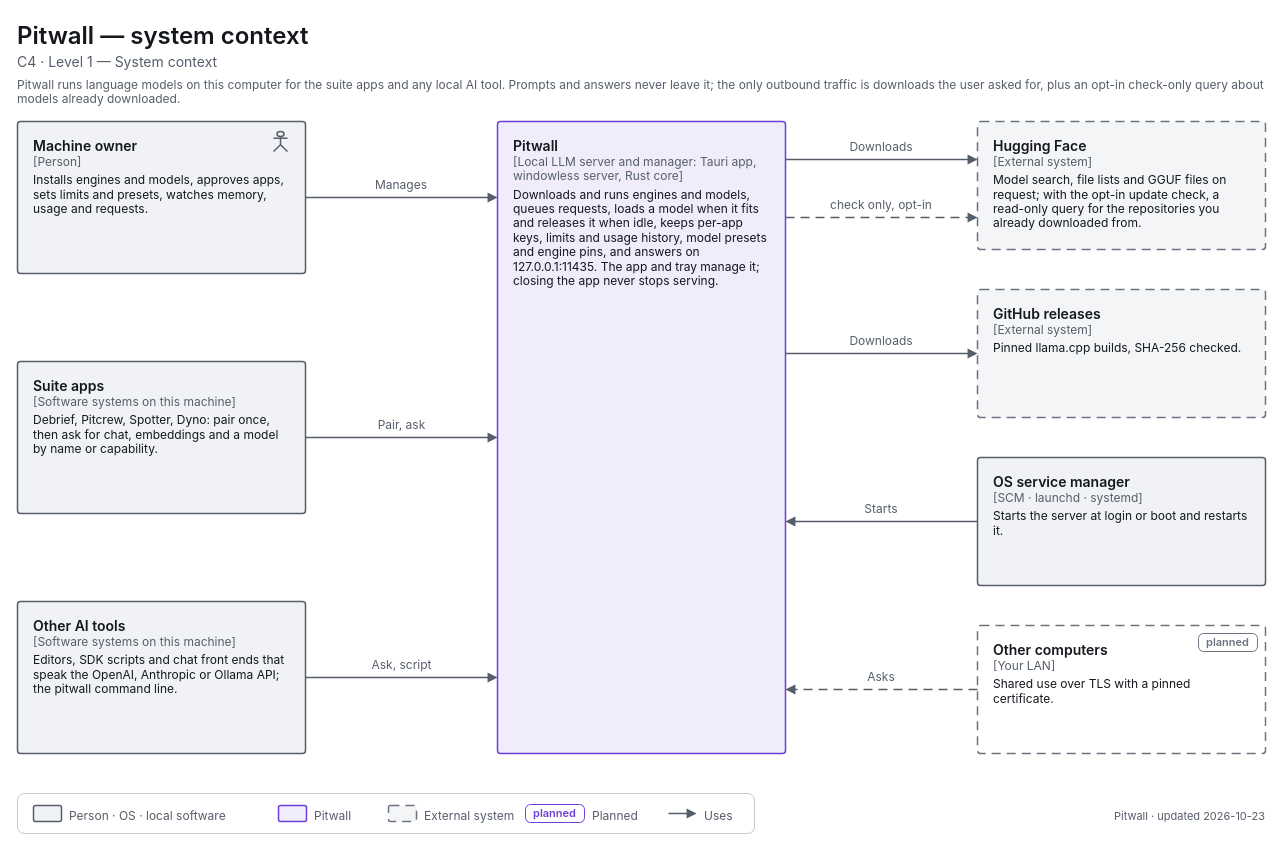
Before: apps/pitwall/docs/diagrams/c4-1-context.drawio in decryp7/paddock, a draw.io diagram. Source tidied: cells renumbered, new cells numbered last; positions are measured from the earlier drawing's top-left corner, leaving out a move shared by most shapes. Both pictures are drawn from the tidied source at 100%, with x=0, y=0 at pixel (17, 17).
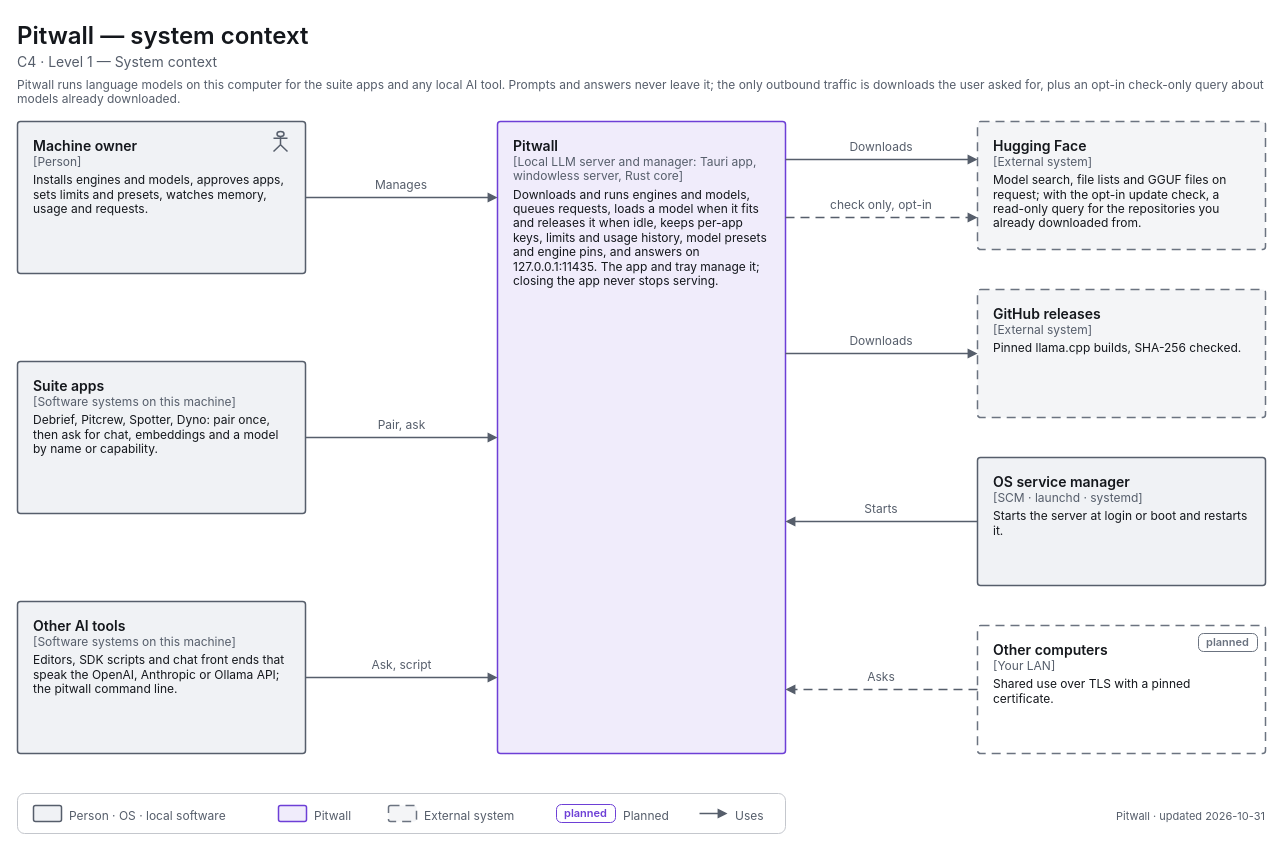
Above is the later version.

Diff of the diagram source:
```diff
@@
     <mxCell id="31" style="rounded=1;absoluteArcSize=1;arcSize=14;strokeWidth=1;strokeColor=light-dark(#C4C7CD,#353A42);fillColor=none;" parent="1" vertex="1">
-      <mxGeometry y="776" width="737" height="40" as="geometry" />
+      <mxGeometry y="776" width="768" height="40" as="geometry" />
     </mxCell>
@@
     <mxCell id="38" value="&lt;span style=&quot;font-size:11px;font-weight:600&quot;&gt;planned&lt;/span&gt;" style="html=1;whiteSpace=wrap;fontFamily=-apple-system,BlinkMacSystemFont,Segoe UI,system-ui,sans-serif;fontSize=12;fontColor=light-dark(#14171C,#ECEEF1);rounded=1;absoluteArcSize=1;arcSize=10;strokeWidth=1;strokeColor=light-dark(#6D3FD6,#A58BFA);fillColor=light-dark(#FFFFFF,#15171B);fontColor=light-dark(#6D3FD6,#A58BFA);align=center;verticalAlign=middle;spacing=0;" parent="1" vertex="1">
-      <mxGeometry x="508" y="787" width="59" height="18" as="geometry" />
+      <mxGeometry x="539" y="787" width="59" height="18" as="geometry" />
     </mxCell>
     <mxCell id="39" value="&lt;span style=&quot;font-size:12px;font-weight:400&quot;&gt;Planned&lt;/span&gt;" style="html=1;whiteSpace=wrap;fontFamily=-apple-system,BlinkMacSystemFont,Segoe UI,system-ui,sans-serif;fontSize=12;fontColor=light-dark(#14171C,#ECEEF1);text;strokeColor=none;fillColor=none;align=left;verticalAlign=top;spacing=0;fontColor=light-dark(#565E6B,#A0A7B2);" parent="1" vertex="1">
-      <mxGeometry x="575" y="787" width="52" height="18" as="geometry" />
+      <mxGeometry x="606" y="787" width="52" height="18" as="geometry" />
     </mxCell>
     <mxCell id="40" style="edgeStyle=none;rounded=1;html=1;strokeWidth=1.5;strokeColor=light-dark(#565E6B,#A0A7B2);endArrow=block;endFill=1;endSize=6;" parent="1" edge="1">
       <mxGeometry relative="1" as="geometry">
-        <mxPoint x="651" y="796" as="sourcePoint" />
-        <mxPoint x="679" y="796" as="targetPoint" />
+        <mxPoint x="682" y="796" as="sourcePoint" />
+        <mxPoint x="710" y="796" as="targetPoint" />
       </mxGeometry>
     </mxCell>
     <mxCell id="41" value="&lt;span style=&quot;font-size:12px;font-weight:400&quot;&gt;Uses&lt;/span&gt;" style="html=1;whiteSpace=wrap;fontFamily=-apple-system,BlinkMacSystemFont,Segoe UI,system-ui,sans-serif;fontSize=12;fontColor=light-dark(#14171C,#ECEEF1);text;strokeColor=none;fillColor=none;align=left;verticalAlign=top;spacing=0;fontColor=light-dark(#565E6B,#A0A7B2);" parent="1" vertex="1">
-      <mxGeometry x="687" y="787" width="34" height="18" as="geometry" />
+      <mxGeometry x="718" y="787" width="34" height="18" as="geometry" />
     </mxCell>
-    <mxCell id="42" value="&lt;span style=&quot;font-size:11px;font-weight:400&quot;&gt;Pitwall · updated 2026-10-23&lt;/span&gt;" style="html=1;whiteSpace=wrap;fontFamily=-apple-system,BlinkMacSystemFont,Segoe UI,system-ui,sans-serif;fontSize=12;fontColor=light-dark(#14171C,#ECEEF1);text;strokeColor=none;fillColor=none;align=right;verticalAlign=top;spacing=0;fontColor=light-dark(#565E6B,#A0A7B2);" parent="1" vertex="1">
+    <mxCell id="42" value="&lt;span style=&quot;font-size:11px;font-weight:400&quot;&gt;Pitwall · updated 2026-10-31&lt;/span&gt;" style="html=1;whiteSpace=wrap;fontFamily=-apple-system,BlinkMacSystemFont,Segoe UI,system-ui,sans-serif;fontSize=12;fontColor=light-dark(#14171C,#ECEEF1);text;strokeColor=none;fillColor=none;align=right;verticalAlign=top;spacing=0;fontColor=light-dark(#565E6B,#A0A7B2);" parent="1" vertex="1">
       <mxGeometry x="888" y="787" width="360" height="18" as="geometry" />
     </mxCell>
```
